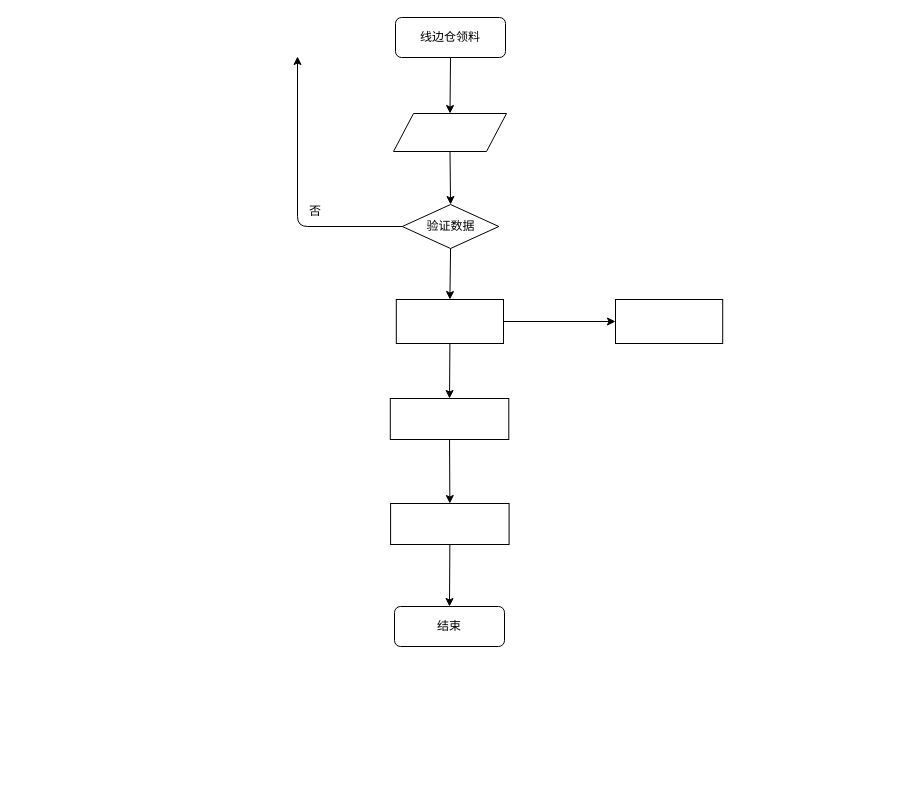
Above: page "领料" (4 of 5) of 青岛协创.drawio in KNAI-I/test (draw.io), before the change. Source tidied: cells renumbered, new cells numbered last; positions are measured from the earlier drawing's top-left corner, leaving out a move shared by most shapes. Both pictures are drawn from the tidied source at 100%, with x=0, y=0 at pixel (285, 17).
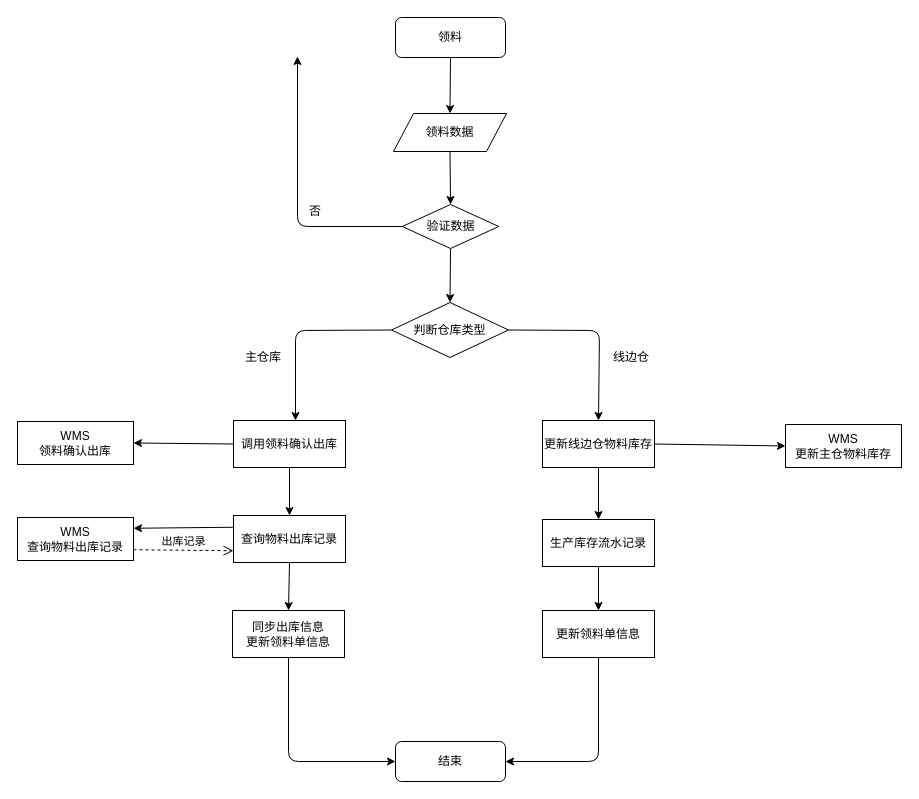
The same diagram, later.

The change refers to these unchanged cells:
```xml
<mxCell id="5" value="验证数据" style="rhombus;whiteSpace=wrap;html=1;" parent="1" vertex="1">
  <mxGeometry x="116.8" y="187" width="96.5" height="44" as="geometry" />
</mxCell>
```

The edit, as a diff of the source:
```diff
@@
-    <mxCell id="2" value="线边仓领料" style="rounded=1;whiteSpace=wrap;html=1;" parent="1" vertex="1">
+    <mxCell id="2" value="领料" style="rounded=1;whiteSpace=wrap;html=1;" parent="1" vertex="1">
       <mxGeometry x="110" width="110" height="40" as="geometry" />
     </mxCell>
@@
-    <mxCell id="4" style="shape=parallelogram;perimeter=parallelogramPerimeter;whiteSpace=wrap;html=1;fixedSize=1;" parent="1" vertex="1">
+    <mxCell id="4" value="领料数据" style="shape=parallelogram;perimeter=parallelogramPerimeter;whiteSpace=wrap;html=1;fixedSize=1;" parent="1" vertex="1">
       <mxGeometry x="108" y="96" width="113" height="38" as="geometry" />
     </mxCell>
@@
-    <mxCell id="9" style="rounded=0;whiteSpace=wrap;html=1;" parent="1" vertex="1">
-      <mxGeometry x="110.8" y="282" width="107.2" height="44" as="geometry" />
-    </mxCell>
-    <mxCell id="10" style="endArrow=classic;html=1;rounded=0;exitX=0.5;exitY=1;exitDx=0;exitDy=0;entryX=0.5;entryY=0;entryDx=0;entryDy=0;" parent="1" edge="1" source="5" target="9">
+    <mxCell id="10" style="endArrow=classic;html=1;rounded=0;exitX=0.5;exitY=1;exitDx=0;exitDy=0;entryX=0.5;entryY=0;entryDx=0;entryDy=0;" parent="1" edge="1" source="5" target="19">
       <mxGeometry relative="1" as="geometry" />
     </mxCell>
-    <mxCell id="11" style="rounded=0;whiteSpace=wrap;html=1;" parent="1" vertex="1">
-      <mxGeometry x="104.8" y="381" width="118.5" height="41" as="geometry" />
-    </mxCell>
-    <mxCell id="12" style="endArrow=classic;html=1;rounded=0;exitX=0.5;exitY=1;exitDx=0;exitDy=0;entryX=0.5;entryY=0;entryDx=0;entryDy=0;" parent="1" edge="1" source="9" target="11">
-      <mxGeometry relative="1" as="geometry" />
-    </mxCell>
     <mxCell id="13" value="结束" style="rounded=1;whiteSpace=wrap;html=1;" parent="1" vertex="1">
-      <mxGeometry x="109" y="589" width="110" height="40" as="geometry" />
+      <mxGeometry x="110" y="724" width="110" height="40" as="geometry" />
     </mxCell>
-    <mxCell id="14" style="endArrow=classic;html=1;rounded=0;exitX=0.5;exitY=1;exitDx=0;exitDy=0;entryX=0.5;entryY=0;entryDx=0;entryDy=0;" parent="1" edge="1" source="17" target="13">
-      <mxGeometry relative="1" as="geometry" />
-    </mxCell>
-    <mxCell id="15" style="rounded=0;whiteSpace=wrap;html=1;" parent="1" vertex="1">
-      <mxGeometry x="330" y="282" width="107.2" height="44" as="geometry" />
-    </mxCell>
-    <mxCell id="16" style="endArrow=classic;html=1;rounded=0;exitX=1;exitY=0.5;exitDx=0;exitDy=0;entryX=0;entryY=0.5;entryDx=0;entryDy=0;" parent="1" edge="1" source="9" target="15">
-      <mxGeometry relative="1" as="geometry" />
-    </mxCell>
-    <mxCell id="17" style="rounded=0;whiteSpace=wrap;html=1;" parent="1" vertex="1">
-      <mxGeometry x="105.1" y="486" width="118.5" height="41" as="geometry" />
-    </mxCell>
-    <mxCell id="18" style="endArrow=classic;html=1;rounded=0;exitX=0.5;exitY=1;exitDx=0;exitDy=0;entryX=0.5;entryY=0;entryDx=0;entryDy=0;" parent="1" edge="1" source="11" target="17">
-      <mxGeometry relative="1" as="geometry" />
-    </mxCell>
+    <mxCell id="19" value="判断仓库类型" style="rhombus;whiteSpace=wrap;html=1;" parent="1" vertex="1">
+      <mxGeometry x="106" y="285" width="117" height="55" as="geometry" />
+    </mxCell>
+    <mxCell id="20" style="endArrow=classic;html=1;rounded=1;exitX=1;exitY=0.5;exitDx=0;exitDy=0;curved=0;entryX=0.5;entryY=0;entryDx=0;entryDy=0;" parent="1" edge="1" source="19" target="35">
+      <mxGeometry relative="1" as="geometry">
+        <Array as="points">
+          <mxPoint x="314" y="313" />
+        </Array>
+      </mxGeometry>
+    </mxCell>
+    <mxCell id="21" style="endArrow=classic;html=1;rounded=1;exitX=0;exitY=0.5;exitDx=0;exitDy=0;curved=0;" parent="1" edge="1" source="19">
+      <mxGeometry relative="1" as="geometry">
+        <mxPoint x="10" y="403" as="targetPoint" />
+        <Array as="points">
+          <mxPoint x="10" y="313" />
+        </Array>
+      </mxGeometry>
+    </mxCell>
+    <mxCell id="22" value="主仓库" style="text;html=1;strokeColor=none;fillColor=none;align=center;verticalAlign=middle;whiteSpace=wrap;rounded=0;" parent="1" vertex="1">
+      <mxGeometry x="-52" y="325" width="60" height="30" as="geometry" />
+    </mxCell>
+    <mxCell id="23" value="线边仓" style="text;html=1;strokeColor=none;fillColor=none;align=center;verticalAlign=middle;whiteSpace=wrap;rounded=0;" parent="1" vertex="1">
+      <mxGeometry x="316" y="325" width="60" height="30" as="geometry" />
+    </mxCell>
+    <mxCell id="24" value="调用领料确认出库" style="rounded=0;whiteSpace=wrap;html=1;" parent="1" vertex="1">
+      <mxGeometry x="-52" y="403" width="112" height="47" as="geometry" />
+    </mxCell>
+    <mxCell id="25" value="WMS&lt;br&gt;领料确认出库" style="rounded=0;whiteSpace=wrap;html=1;" parent="1" vertex="1">
+      <mxGeometry x="-268" y="404" width="116" height="43" as="geometry" />
+    </mxCell>
+    <mxCell id="26" style="endArrow=classic;html=1;rounded=0;entryX=1;entryY=0.5;entryDx=0;entryDy=0;exitX=0;exitY=0.5;exitDx=0;exitDy=0;" parent="1" edge="1" source="24" target="25">
+      <mxGeometry relative="1" as="geometry" />
+    </mxCell>
+    <mxCell id="27" value="查询物料出库记录" style="rounded=0;whiteSpace=wrap;html=1;" parent="1" vertex="1">
+      <mxGeometry x="-52" y="498" width="112" height="47" as="geometry" />
+    </mxCell>
+    <mxCell id="28" style="endArrow=classic;html=1;rounded=0;exitX=0.5;exitY=1;exitDx=0;exitDy=0;entryX=0.5;entryY=0;entryDx=0;entryDy=0;" parent="1" edge="1" source="24" target="27">
+      <mxGeometry relative="1" as="geometry" />
+    </mxCell>
+    <mxCell id="29" value="WMS&lt;br&gt;查询物料出库记录" style="rounded=0;whiteSpace=wrap;html=1;" parent="1" vertex="1">
+      <mxGeometry x="-268" y="500" width="116" height="43" as="geometry" />
+    </mxCell>
+    <mxCell id="30" style="endArrow=classic;html=1;rounded=0;entryX=1;entryY=0.25;entryDx=0;entryDy=0;exitX=0;exitY=0.25;exitDx=0;exitDy=0;" parent="1" edge="1" source="27" target="29">
+      <mxGeometry relative="1" as="geometry" />
+    </mxCell>
+    <mxCell id="31" value="出库记录" style="html=1;verticalAlign=bottom;endArrow=open;dashed=1;endSize=8;curved=0;rounded=0;entryX=0;entryY=0.75;entryDx=0;entryDy=0;exitX=1;exitY=0.75;exitDx=0;exitDy=0;" parent="1" edge="1" source="29" target="27">
+      <mxGeometry relative="1" as="geometry" />
+    </mxCell>
+    <mxCell id="32" value="同步出库信息&lt;br&gt;更新领料单信息" style="rounded=0;whiteSpace=wrap;html=1;" parent="1" vertex="1">
+      <mxGeometry x="-53" y="593" width="112" height="47" as="geometry" />
+    </mxCell>
+    <mxCell id="33" style="endArrow=classic;html=1;rounded=0;exitX=0.5;exitY=1;exitDx=0;exitDy=0;entryX=0.5;entryY=0;entryDx=0;entryDy=0;" parent="1" edge="1" source="27" target="32">
+      <mxGeometry relative="1" as="geometry" />
+    </mxCell>
+    <mxCell id="34" style="endArrow=classic;html=1;rounded=1;exitX=0.5;exitY=1;exitDx=0;exitDy=0;entryX=0;entryY=0.5;entryDx=0;entryDy=0;curved=0;" parent="1" edge="1" source="32" target="13">
+      <mxGeometry relative="1" as="geometry">
+        <Array as="points">
+          <mxPoint x="3" y="744" />
+        </Array>
+      </mxGeometry>
+    </mxCell>
+    <mxCell id="35" value="更新线边仓物料库存" style="rounded=0;whiteSpace=wrap;html=1;" parent="1" vertex="1">
+      <mxGeometry x="257" y="403" width="112" height="47" as="geometry" />
+    </mxCell>
+    <mxCell id="36" value="生产库存流水记录" style="rounded=0;whiteSpace=wrap;html=1;" parent="1" vertex="1">
+      <mxGeometry x="257" y="502" width="112" height="47" as="geometry" />
+    </mxCell>
+    <mxCell id="37" style="endArrow=classic;html=1;rounded=0;exitX=0.5;exitY=1;exitDx=0;exitDy=0;entryX=0.5;entryY=0;entryDx=0;entryDy=0;" parent="1" edge="1" source="35" target="36">
+      <mxGeometry relative="1" as="geometry" />
+    </mxCell>
+    <mxCell id="38" value="更新领料单信息" style="rounded=0;whiteSpace=wrap;html=1;" parent="1" vertex="1">
+      <mxGeometry x="257" y="593" width="112" height="47" as="geometry" />
+    </mxCell>
+    <mxCell id="39" style="endArrow=classic;html=1;rounded=0;entryX=0.5;entryY=0;entryDx=0;entryDy=0;exitX=0.5;exitY=1;exitDx=0;exitDy=0;" parent="1" edge="1" source="36" target="38">
+      <mxGeometry relative="1" as="geometry" />
+    </mxCell>
+    <mxCell id="40" style="endArrow=classic;html=1;rounded=1;exitX=0.5;exitY=1;exitDx=0;exitDy=0;entryX=1;entryY=0.5;entryDx=0;entryDy=0;curved=0;" parent="1" edge="1" source="38" target="13">
+      <mxGeometry relative="1" as="geometry">
+        <Array as="points">
+          <mxPoint x="313" y="744" />
+        </Array>
+      </mxGeometry>
+    </mxCell>
+    <mxCell id="41" value="WMS&lt;br&gt;更新主仓物料库存" style="rounded=0;whiteSpace=wrap;html=1;" parent="1" vertex="1">
+      <mxGeometry x="500" y="407" width="116" height="43" as="geometry" />
+    </mxCell>
+    <mxCell id="42" style="endArrow=classic;html=1;rounded=0;entryX=0;entryY=0.5;entryDx=0;entryDy=0;exitX=1;exitY=0.5;exitDx=0;exitDy=0;" parent="1" edge="1" source="35" target="41">
+      <mxGeometry relative="1" as="geometry" />
+    </mxCell>
```
